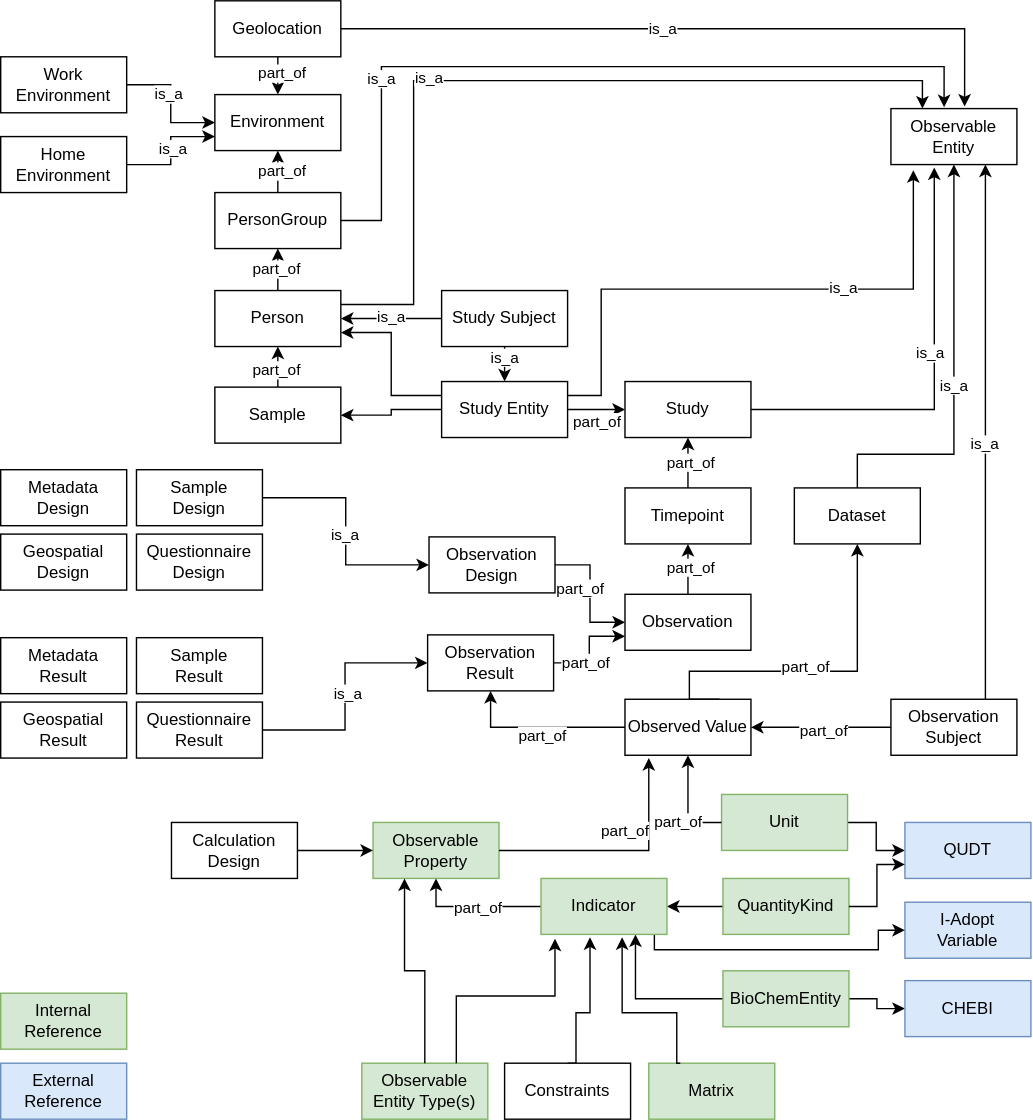
Above: diagrams/PEH Entities Overview.svg in GertjanBisschop/parco-hbm (draw.io), before the change. Source tidied: cells renumbered, new cells last; positions are measured from the earlier drawing's top-left corner, leaving out a move shared by most shapes.
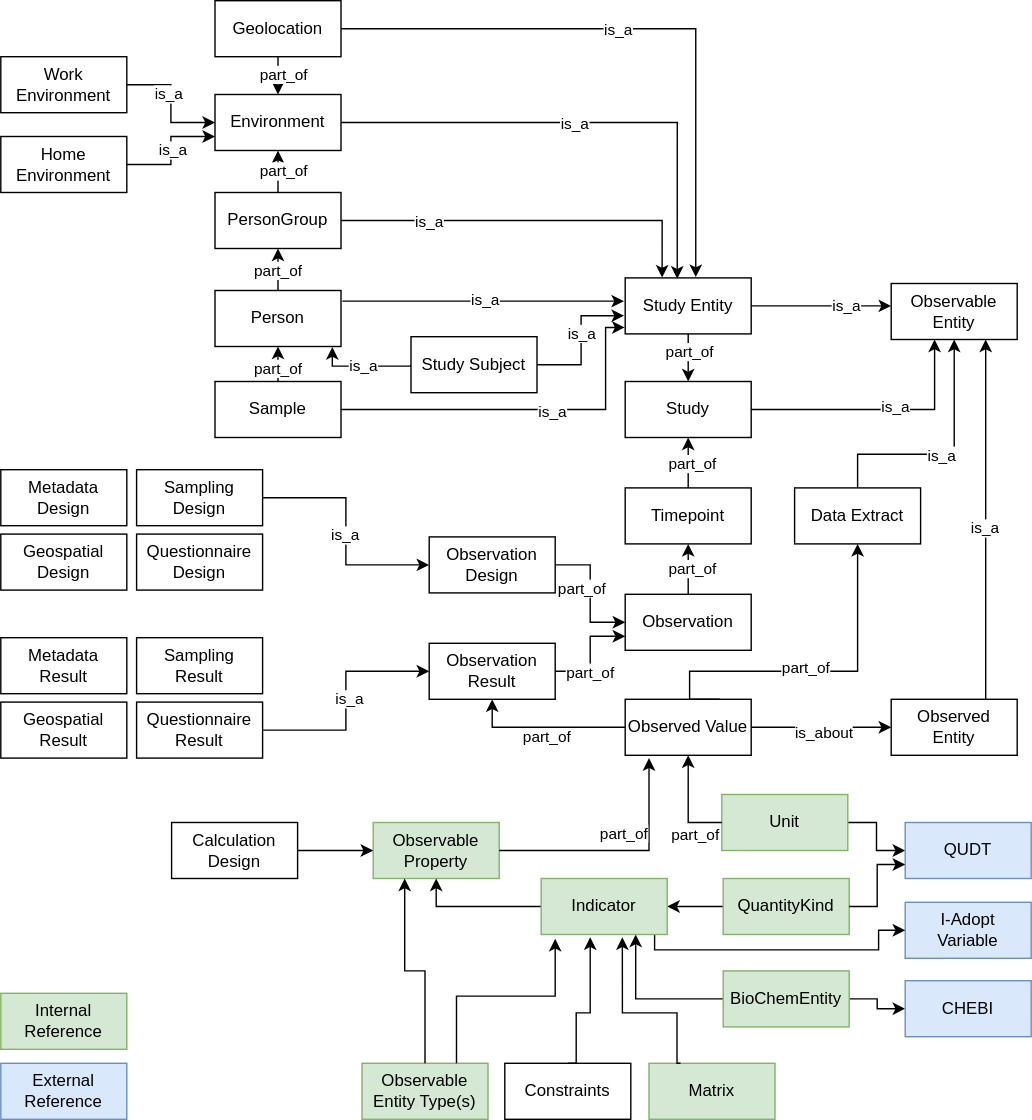
After the commit.

Commit message:
PEH schema update - improved class naming

The edit, as a diff of the source:
```diff
@@ -20,7 +20,7 @@
     <mxCell id="7" value="part_of" style="edgeLabel;html=1;align=center;verticalAlign=middle;" parent="6" vertex="1">
       <mxGeometry x="0.07" y="-3" relative="1" as="geometry" />
     </mxCell>
-    <mxCell id="8" style="edgeStyle=orthogonalEdgeStyle;rounded=0;jettySize=auto;html=1;entryX=0.585;entryY=-0.036;entryDx=0;entryDy=0;entryPerimeter=0;" parent="1" edge="1" source="10" target="55">
+    <mxCell id="8" style="edgeStyle=orthogonalEdgeStyle;rounded=0;jettySize=auto;html=1;entryX=0.56;entryY=-0.015;entryDx=0;entryDy=0;entryPerimeter=0;" parent="1" edge="1" source="10" target="83">
       <mxGeometry relative="1" as="geometry" />
     </mxCell>
     <mxCell id="9" value="is_a" style="edgeLabel;html=1;align=center;verticalAlign=middle;" parent="8" vertex="1">
@@ -89,16 +89,16 @@
     <mxCell id="28" value="Observation" style="rounded=0;whiteSpace=wrap;html=1;" parent="1" vertex="1">
       <mxGeometry x="446" y="424" width="90" height="40" as="geometry" />
     </mxCell>
-    <mxCell id="29" value="Sample&lt;br&gt;Result" style="rounded=0;whiteSpace=wrap;html=1;" parent="1" vertex="1">
+    <mxCell id="29" value="Sampling&lt;br&gt;Result" style="rounded=0;whiteSpace=wrap;html=1;" parent="1" vertex="1">
       <mxGeometry x="97" y="455" width="90" height="40" as="geometry" />
     </mxCell>
-    <mxCell id="30" value="Sample&lt;br&gt;Design" style="rounded=0;whiteSpace=wrap;html=1;" parent="1" vertex="1">
+    <mxCell id="30" value="Sampling&lt;br&gt;Design" style="rounded=0;whiteSpace=wrap;html=1;" parent="1" vertex="1">
       <mxGeometry x="97" y="335" width="90" height="40" as="geometry" />
     </mxCell>
     <mxCell id="31" value="Calculation Design" style="rounded=0;whiteSpace=wrap;html=1;" parent="1" vertex="1">
       <mxGeometry x="122" y="587" width="90" height="40" as="geometry" />
     </mxCell>
-    <mxCell id="32" style="edgeStyle=orthogonalEdgeStyle;rounded=0;jettySize=auto;html=1;exitX=0;exitY=0.5;exitDx=0;exitDy=0;entryX=1;entryY=0.5;entryDx=0;entryDy=0;" parent="1" edge="1" source="36" target="65">
+    <mxCell id="32" style="edgeStyle=orthogonalEdgeStyle;rounded=0;jettySize=auto;html=1;exitX=0;exitY=0.5;exitDx=0;exitDy=0;entryX=1;entryY=0.5;entryDx=0;entryDy=0;startArrow=classic;startFill=1;endArrow=none;endFill=0;" parent="1" edge="1" source="36" target="65">
       <mxGeometry relative="1" as="geometry">
         <Array as="points">
           <mxPoint x="575" y="519" />
@@ -106,7 +106,7 @@
         </Array>
       </mxGeometry>
     </mxCell>
-    <mxCell id="33" value="part_of" style="edgeLabel;html=1;align=center;verticalAlign=middle;" parent="32" vertex="1">
+    <mxCell id="33" value="is_about" style="edgeLabel;html=1;align=center;verticalAlign=middle;" parent="32" vertex="1">
       <mxGeometry x="-0.03" y="2" relative="1" as="geometry">
         <mxPoint y="1" as="offset" />
       </mxGeometry>
@@ -122,7 +122,7 @@
     <mxCell id="35" value="is_a" style="edgeLabel;html=1;align=center;verticalAlign=middle;" parent="34" vertex="1">
       <mxGeometry x="-0.05" y="1" relative="1" as="geometry" />
     </mxCell>
-    <mxCell id="36" value="Observation Subject" style="rounded=0;whiteSpace=wrap;html=1;" parent="1" vertex="1">
+    <mxCell id="36" value="Observed&lt;br&gt;Entity" style="rounded=0;whiteSpace=wrap;html=1;" parent="1" vertex="1">
       <mxGeometry x="636" y="499" width="90" height="40" as="geometry" />
     </mxCell>
     <mxCell id="37" style="edgeStyle=orthogonalEdgeStyle;rounded=0;jettySize=auto;html=1;entryX=0;entryY=0.5;entryDx=0;entryDy=0;" parent="1" edge="1" source="39" target="99">
@@ -152,18 +152,17 @@
     <mxCell id="45" value="BioChemEntity" style="rounded=0;whiteSpace=wrap;html=1;fillColor=#d5e8d4;strokeColor=#82b366;" parent="1" vertex="1">
       <mxGeometry x="516" y="693" width="90" height="40" as="geometry" />
     </mxCell>
-    <mxCell id="46" style="edgeStyle=orthogonalEdgeStyle;rounded=0;jettySize=auto;html=1;exitX=0;exitY=0.5;exitDx=0;exitDy=0;entryX=1;entryY=0.5;entryDx=0;entryDy=0;" parent="1" edge="1" source="50" target="19">
+    <mxCell id="46" style="edgeStyle=orthogonalEdgeStyle;rounded=0;jettySize=auto;html=1;exitX=0;exitY=0.5;exitDx=0;exitDy=0;entryX=0.931;entryY=1.01;entryDx=0;entryDy=0;entryPerimeter=0;" parent="1" edge="1" source="50" target="19">
       <mxGeometry relative="1" as="geometry">
         <Array as="points">
-          <mxPoint x="313" y="227" />
-          <mxPoint x="313" y="227" />
+          <mxPoint x="237" y="261" />
         </Array>
       </mxGeometry>
     </mxCell>
     <mxCell id="47" value="is_a" style="edgeLabel;html=1;align=center;verticalAlign=middle;" parent="46" vertex="1">
       <mxGeometry x="0.02" y="-1" relative="1" as="geometry" />
     </mxCell>
-    <mxCell id="48" style="edgeStyle=orthogonalEdgeStyle;rounded=0;jettySize=auto;html=1;" parent="1" edge="1" source="50" target="83">
+    <mxCell id="48" style="edgeStyle=orthogonalEdgeStyle;rounded=0;jettySize=auto;html=1;entryX=-0.009;entryY=0.675;entryDx=0;entryDy=0;entryPerimeter=0;" parent="1" edge="1" source="50" target="83">
       <mxGeometry relative="1" as="geometry" />
     </mxCell>
     <mxCell id="49" value="is_a" style="edgeLabel;html=1;align=center;verticalAlign=middle;" parent="48" vertex="1">
@@ -172,7 +171,7 @@
       </mxGeometry>
     </mxCell>
     <mxCell id="50" value="Study Subject" style="rounded=0;whiteSpace=wrap;html=1;" parent="1" vertex="1">
-      <mxGeometry x="315" y="207" width="90" height="40" as="geometry" />
+      <mxGeometry x="293" y="240" width="90" height="40" as="geometry" />
     </mxCell>
     <mxCell id="51" value="I-Adopt&lt;br&gt;Variable" style="rounded=0;whiteSpace=wrap;html=1;fillColor=#dae8fc;strokeColor=#6c8ebf;" parent="1" vertex="1">
       <mxGeometry x="646" y="644" width="90" height="40" as="geometry" />
@@ -192,7 +191,7 @@
       <mxGeometry x="258" y="759" width="90" height="40" as="geometry" />
     </mxCell>
     <mxCell id="55" value="Observable Entity" style="rounded=0;whiteSpace=wrap;html=1;" parent="1" vertex="1">
-      <mxGeometry x="636" y="77" width="90" height="40" as="geometry" />
+      <mxGeometry x="636" y="202" width="90" height="40" as="geometry" />
     </mxCell>
     <mxCell id="56" value="Observable Property" style="rounded=0;whiteSpace=wrap;html=1;fillColor=#d5e8d4;strokeColor=#82b366;" parent="1" vertex="1">
       <mxGeometry x="266" y="587" width="90" height="40" as="geometry" />
@@ -206,15 +205,12 @@
     </mxCell>
     <mxCell id="58" value="part_of" style="edgeLabel;html=1;align=center;verticalAlign=middle;" parent="57" vertex="1">
       <mxGeometry x="0.23" y="-4" relative="1" as="geometry">
-        <mxPoint x="-21" y="-15" as="offset" />
+        <mxPoint x="-22" y="-13" as="offset" />
       </mxGeometry>
     </mxCell>
-    <mxCell id="59" style="edgeStyle=orthogonalEdgeStyle;rounded=0;jettySize=auto;html=1;entryX=0.5;entryY=1;entryDx=0;entryDy=0;" parent="1" edge="1" source="62" target="56">
+    <mxCell id="59" style="edgeStyle=orthogonalEdgeStyle;rounded=0;jettySize=auto;html=1;entryX=0.5;entryY=1;entryDx=0;entryDy=0;startArrow=none;startFill=0;endArrow=classic;endFill=1;" parent="1" edge="1" source="62" target="56">
       <mxGeometry relative="1" as="geometry" />
     </mxCell>
-    <mxCell id="60" value="part_of" style="edgeLabel;html=1;align=center;verticalAlign=middle;" parent="59" vertex="1">
-      <mxGeometry x="-0.04" y="1" relative="1" as="geometry" />
-    </mxCell>
     <mxCell id="61" style="edgeStyle=orthogonalEdgeStyle;rounded=0;jettySize=auto;html=1;entryX=0;entryY=0.5;entryDx=0;entryDy=0;" parent="1" edge="1" source="62" target="51">
       <mxGeometry relative="1" as="geometry">
         <Array as="points">
@@ -252,31 +248,17 @@
     <mxCell id="69" value="is_a" style="edgeLabel;html=1;align=center;verticalAlign=middle;" parent="68" vertex="1">
       <mxGeometry x="0.02" y="-1" relative="1" as="geometry" />
     </mxCell>
-    <mxCell id="70" style="edgeStyle=orthogonalEdgeStyle;rounded=0;jettySize=auto;html=1;entryX=0.25;entryY=0;entryDx=0;entryDy=0;exitX=1;exitY=0.25;exitDx=0;exitDy=0;" parent="1" edge="1" source="19" target="55">
-      <mxGeometry relative="1" as="geometry">
-        <Array as="points">
-          <mxPoint x="295" y="217" />
-          <mxPoint x="295" y="57" />
-          <mxPoint x="659" y="57" />
-        </Array>
-      </mxGeometry>
-    </mxCell>
-    <mxCell id="71" value="is_a" style="edgeLabel;html=1;align=center;verticalAlign=middle;" parent="70" vertex="1">
-      <mxGeometry x="-0.25" y="2" relative="1" as="geometry" />
-    </mxCell>
-    <mxCell id="72" style="edgeStyle=orthogonalEdgeStyle;rounded=0;jettySize=auto;html=1;entryX=0.422;entryY=-0.025;entryDx=0;entryDy=0;entryPerimeter=0;exitX=1;exitY=0.5;exitDx=0;exitDy=0;" parent="1" edge="1" source="11" target="55">
+    <mxCell id="72" style="edgeStyle=orthogonalEdgeStyle;rounded=0;jettySize=auto;html=1;entryX=0.293;entryY=-0.005;entryDx=0;entryDy=0;entryPerimeter=0;exitX=1;exitY=0.5;exitDx=0;exitDy=0;" parent="1" edge="1" source="11" target="83">
       <mxGeometry relative="1" as="geometry">
         <Array as="points">
-          <mxPoint x="272" y="157" />
-          <mxPoint x="272" y="47" />
-          <mxPoint x="674" y="47" />
+          <mxPoint x="472" y="157" />
         </Array>
       </mxGeometry>
     </mxCell>
     <mxCell id="73" value="is_a" style="edgeLabel;html=1;align=center;verticalAlign=middle;" parent="72" vertex="1">
       <mxGeometry x="-0.54" relative="1" as="geometry" />
     </mxCell>
-    <mxCell id="74" value="Dataset" style="rounded=0;whiteSpace=wrap;html=1;" parent="1" vertex="1">
+    <mxCell id="74" value="Data Extract" style="rounded=0;whiteSpace=wrap;html=1;" parent="1" vertex="1">
       <mxGeometry x="567" y="348" width="90" height="40" as="geometry" />
     </mxCell>
     <mxCell id="75" style="edgeStyle=orthogonalEdgeStyle;rounded=0;jettySize=auto;html=1;entryX=0.111;entryY=1.075;entryDx=0;entryDy=0;entryPerimeter=0;exitX=0.75;exitY=0;exitDx=0;exitDy=0;" parent="1" edge="1" source="54" target="62">
@@ -302,29 +284,42 @@
     <mxCell id="78" value="CHEBI" style="rounded=0;whiteSpace=wrap;html=1;fillColor=#dae8fc;strokeColor=#6c8ebf;" parent="1" vertex="1">
       <mxGeometry x="646" y="700" width="90" height="40" as="geometry" />
     </mxCell>
-    <mxCell id="79" style="edgeStyle=orthogonalEdgeStyle;rounded=0;jettySize=auto;html=1;entryX=0;entryY=0.5;entryDx=0;entryDy=0;exitX=1;exitY=0.5;exitDx=0;exitDy=0;" parent="1" edge="1" source="83" target="2">
+    <mxCell id="79" style="edgeStyle=orthogonalEdgeStyle;rounded=0;jettySize=auto;html=1;exitX=0.5;exitY=1;exitDx=0;exitDy=0;" parent="1" edge="1" source="83" target="2">
       <mxGeometry relative="1" as="geometry" />
     </mxCell>
     <mxCell id="80" value="part_of" style="edgeLabel;html=1;align=center;verticalAlign=middle;" parent="79" vertex="1">
       <mxGeometry x="0.03" relative="1" as="geometry">
-        <mxPoint y="9" as="offset" />
+        <mxPoint y="-4" as="offset" />
       </mxGeometry>
     </mxCell>
-    <mxCell id="81" style="edgeStyle=orthogonalEdgeStyle;rounded=0;jettySize=auto;html=1;entryX=1;entryY=0.5;entryDx=0;entryDy=0;" parent="1" edge="1" source="83" target="110">
-      <mxGeometry relative="1" as="geometry" />
+    <mxCell id="81" style="edgeStyle=orthogonalEdgeStyle;rounded=0;jettySize=auto;html=1;entryX=1;entryY=0.5;entryDx=0;entryDy=0;startArrow=classic;startFill=1;endArrow=none;endFill=0;exitX=-0.004;exitY=0.885;exitDx=0;exitDy=0;exitPerimeter=0;" parent="1" edge="1" source="83" target="110">
+      <mxGeometry relative="1" as="geometry">
+        <Array as="points">
+          <mxPoint x="432" y="233" />
+          <mxPoint x="432" y="292" />
+        </Array>
+      </mxGeometry>
     </mxCell>
+    <mxCell id="111" value="is_a" style="edgeLabel;html=1;align=center;verticalAlign=middle;" parent="81" vertex="1">
+      <mxGeometry x="-0.15" y="1" relative="1" as="geometry" />
+    </mxCell>
-    <mxCell id="82" style="edgeStyle=orthogonalEdgeStyle;rounded=0;jettySize=auto;html=1;exitX=0;exitY=0.25;exitDx=0;exitDy=0;entryX=1;entryY=0.75;entryDx=0;entryDy=0;" parent="1" edge="1" source="83" target="19">
-      <mxGeometry relative="1" as="geometry" />
+    <mxCell id="82" style="edgeStyle=orthogonalEdgeStyle;rounded=0;jettySize=auto;html=1;exitX=-0.009;exitY=0.425;exitDx=0;exitDy=0;entryX=1.011;entryY=0.19;entryDx=0;entryDy=0;startArrow=classic;startFill=1;endArrow=none;endFill=0;exitPerimeter=0;entryPerimeter=0;" parent="1" edge="1" source="83" target="19">
+      <mxGeometry relative="1" as="geometry">
+        <Array as="points">
+          <mxPoint x="243" y="215" />
+        </Array>
+      </mxGeometry>
     </mxCell>
+    <mxCell id="112" value="is_a" style="edgeLabel;html=1;align=center;verticalAlign=middle;" parent="82" vertex="1">
+      <mxGeometry x="-0.01" y="-1" relative="1" as="geometry" />
+    </mxCell>
     <mxCell id="83" value="Study Entity" style="rounded=0;whiteSpace=wrap;html=1;" parent="1" vertex="1">
-      <mxGeometry x="315" y="272" width="90" height="40" as="geometry" />
+      <mxGeometry x="446" y="198" width="90" height="40" as="geometry" />
     </mxCell>
-    <mxCell id="84" style="edgeStyle=orthogonalEdgeStyle;rounded=0;jettySize=auto;html=1;jumpStyle=arc;exitX=1;exitY=0.25;exitDx=0;exitDy=0;entryX=0.178;entryY=1.1;entryDx=0;entryDy=0;entryPerimeter=0;" parent="1" edge="1" source="83" target="55">
+    <mxCell id="84" style="edgeStyle=orthogonalEdgeStyle;rounded=0;jettySize=auto;html=1;jumpStyle=arc;exitX=1;exitY=0.5;exitDx=0;exitDy=0;" parent="1" edge="1" source="83" target="55">
       <mxGeometry relative="1" as="geometry">
         <Array as="points">
-          <mxPoint x="429" y="282" />
-          <mxPoint x="429" y="206" />
-          <mxPoint x="652" y="206" />
+          <mxPoint x="652" y="218" />
         </Array>
       </mxGeometry>
     </mxCell>
@@ -342,7 +337,7 @@
     <mxCell id="87" value="is_a" style="edgeLabel;html=1;align=center;verticalAlign=middle;" parent="86" vertex="1">
       <mxGeometry x="-0.05" relative="1" as="geometry" />
     </mxCell>
-    <mxCell id="88" style="edgeStyle=orthogonalEdgeStyle;rounded=0;jettySize=auto;html=1;entryX=0.344;entryY=1.05;entryDx=0;entryDy=0;entryPerimeter=0;jumpStyle=arc;exitX=1;exitY=0.5;exitDx=0;exitDy=0;" parent="1" edge="1" source="2" target="55">
+    <mxCell id="88" style="edgeStyle=orthogonalEdgeStyle;rounded=0;jettySize=auto;html=1;jumpStyle=arc;exitX=1;exitY=0.5;exitDx=0;exitDy=0;" parent="1" edge="1" source="2" target="55">
       <mxGeometry relative="1" as="geometry">
         <Array as="points">
           <mxPoint x="667" y="292" />
@@ -360,7 +355,7 @@
     </mxCell>
     <mxCell id="92" value="part_of" style="edgeLabel;html=1;align=center;verticalAlign=middle;" parent="91" vertex="1">
       <mxGeometry x="-0.66" y="-2" relative="1" as="geometry">
-        <mxPoint x="-19" y="2" as="offset" />
+        <mxPoint x="-8" y="10" as="offset" />
       </mxGeometry>
     </mxCell>
     <mxCell id="93" style="edgeStyle=orthogonalEdgeStyle;rounded=0;jettySize=auto;html=1;entryX=1;entryY=0.5;entryDx=0;entryDy=0;startArrow=classic;startFill=1;endArrow=none;endFill=0;" parent="1" edge="1" source="56" target="31">
@@ -384,7 +379,7 @@
       <mxGeometry x="-0.36" relative="1" as="geometry" />
     </mxCell>
     <mxCell id="99" value="Observation Result" style="rounded=0;whiteSpace=wrap;html=1;" parent="1" vertex="1">
-      <mxGeometry x="305" y="453" width="90" height="40" as="geometry" />
+      <mxGeometry x="306" y="459" width="90" height="40" as="geometry" />
     </mxCell>
     <mxCell id="100" value="QUDT" style="rounded=0;whiteSpace=wrap;html=1;fillColor=#dae8fc;strokeColor=#6c8ebf;" parent="1" vertex="1">
       <mxGeometry x="646" y="587" width="90" height="40" as="geometry" />
@@ -423,7 +418,13 @@
       <mxGeometry x="0.08" y="-1" relative="1" as="geometry" />
     </mxCell>
     <mxCell id="110" value="Sample" style="rounded=0;whiteSpace=wrap;html=1;" parent="1" vertex="1">
-      <mxGeometry x="153" y="276" width="90" height="40" as="geometry" />
+      <mxGeometry x="153" y="272" width="90" height="40" as="geometry" />
     </mxCell>
+    <mxCell id="113" style="edgeStyle=orthogonalEdgeStyle;rounded=0;jettySize=auto;html=1;entryX=0.413;entryY=0.015;entryDx=0;entryDy=0;entryPerimeter=0;" parent="1" edge="1" source="16" target="83">
+      <mxGeometry relative="1" as="geometry" />
+    </mxCell>
+    <mxCell id="114" value="is_a" style="edgeLabel;html=1;align=center;verticalAlign=middle;" parent="113" vertex="1">
+      <mxGeometry x="-0.06" relative="1" as="geometry" />
+    </mxCell>
   </root>
 </mxGraphModel>
```
